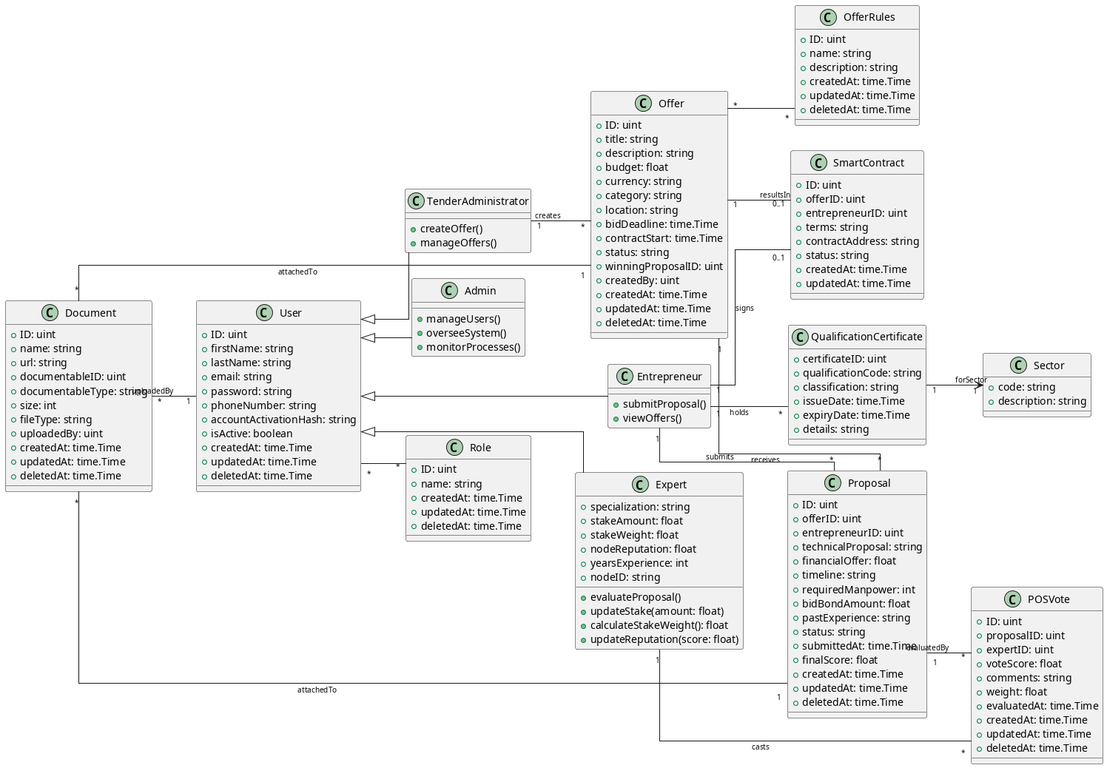
Above: UML/class.png in Brondont/Anchora (PlantUML), before the change.
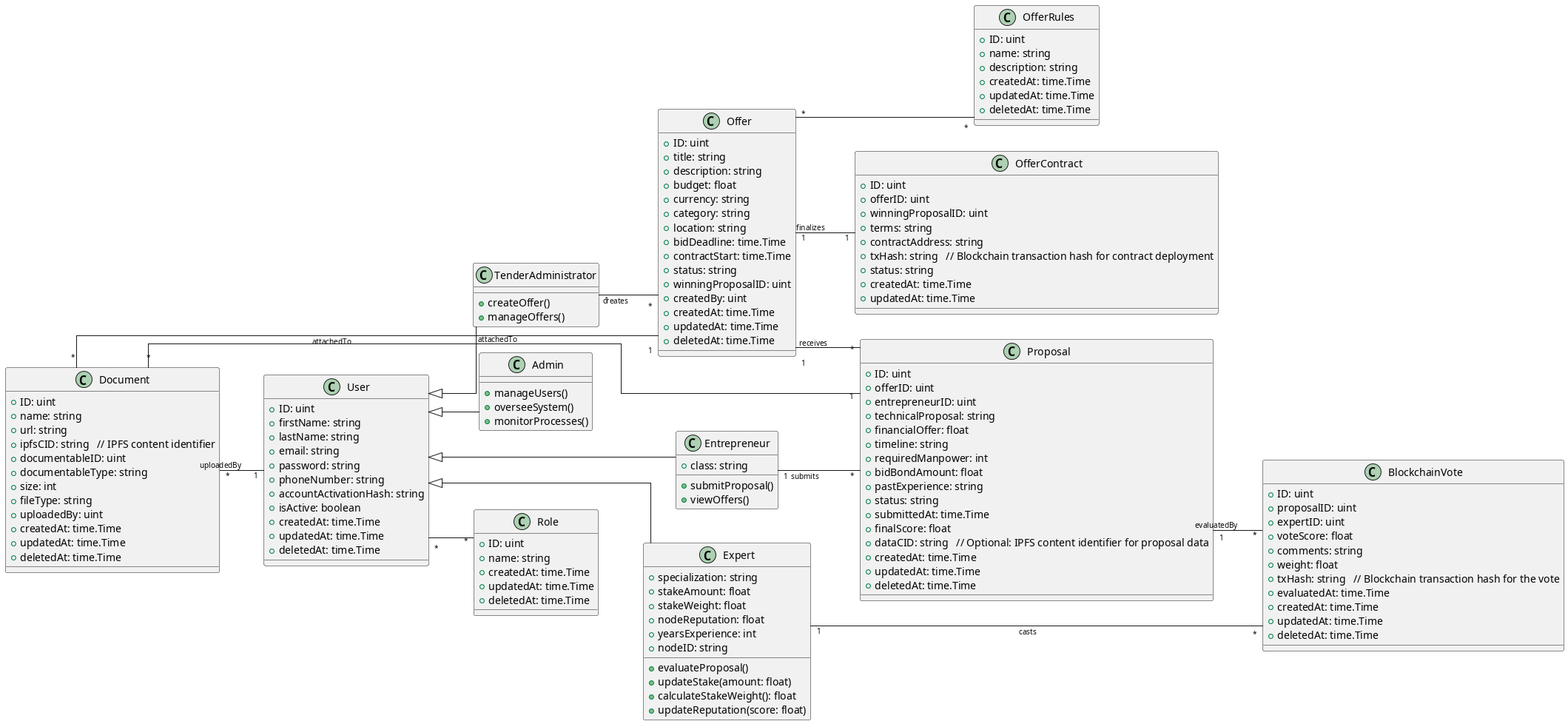
The same file after the commit.

Diff of the diagram source:
```diff
@@ -2,7 +2,6 @@
 left to right direction
 skinparam linetype ortho
 skinparam ArrowFontSize 10
-
 
 class User {
   +ID: uint
@@ -25,6 +24,7 @@
 }
 
 class Entrepreneur {
+  +class: string
   +submitProposal()
   +viewOffers()
 }
@@ -54,22 +54,6 @@
   +updatedAt: time.Time
   +deletedAt: time.Time
 }
-
-
-class Sector {
-  +code: string
-  +description: string
-}
-
-class QualificationCertificate {
-  +certificateID: uint
-  +qualificationCode: string
-  +classification: string
-  +issueDate: time.Time
-  +expiryDate: time.Time
-  +details: string
-}
-
 
 class Offer {
   +ID: uint
@@ -102,18 +86,20 @@
   +status: string
   +submittedAt: time.Time
   +finalScore: float
+  +dataCID: string   // Optional: IPFS content identifier for proposal data
   +createdAt: time.Time
   +updatedAt: time.Time
   +deletedAt: time.Time
 }
 
-class POSVote {
+class BlockchainVote {
   +ID: uint
   +proposalID: uint
   +expertID: uint
   +voteScore: float
   +comments: string
   +weight: float
+  +txHash: string   // Blockchain transaction hash for the vote
   +evaluatedAt: time.Time
   +createdAt: time.Time
   +updatedAt: time.Time
@@ -124,6 +110,7 @@
   +ID: uint
   +name: string
   +url: string
+  +ipfsCID: string   // IPFS content identifier
   +documentableID: uint
   +documentableType: string
   +size: int
@@ -143,12 +130,13 @@
   +deletedAt: time.Time
 }
 
-class SmartContract {
+class OfferContract {
   +ID: uint
   +offerID: uint
-  +entrepreneurID: uint
+  +winningProposalID: uint
   +terms: string
   +contractAddress: string
+  +txHash: string   // Blockchain transaction hash for contract deployment
   +status: string
   +createdAt: time.Time
   +updatedAt: time.Time
@@ -164,18 +152,14 @@
 TenderAdministrator "1" -- "*" Offer : creates
 Entrepreneur "1" -- "*" Proposal : submits
 Offer "1" -- "*" Proposal : receives
-Expert "1" -- "*" POSVote : casts
-Proposal "1" -- "*" POSVote : evaluatedBy
+Expert "1" -- "*" BlockchainVote : casts
+Proposal "1" -- "*" BlockchainVote : evaluatedBy
 
-Offer "1" -- "0..1" SmartContract : resultsIn
-Entrepreneur "1" -- "0..1" SmartContract : signs
+Offer "1" -- "1" OfferContract : finalizes
 
 Offer "*" -- "*" OfferRules
 Document "*" -- "1" Offer : attachedTo
 Document "*" -- "1" Proposal : attachedTo
 Document "*" -- "1" User : uploadedBy
 
-Entrepreneur "1" -- "*" QualificationCertificate : holds
-QualificationCertificate "1" --> "1" Sector : forSector
-
 @enduml
```
